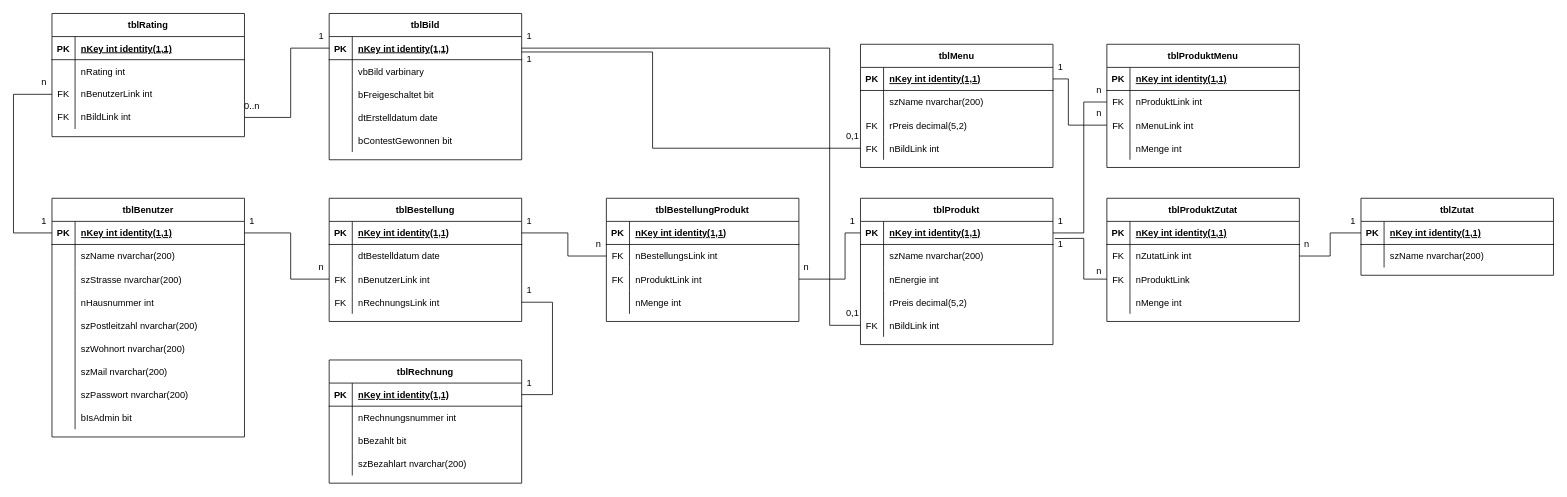
Earlier version of the draw.io diagram Docs/Zeichnungen/Logisches Modell.drawio (JonathanYildiz/CommitAndForget). Source tidied: cells renumbered, new cells numbered last; positions are measured from the earlier drawing's top-left corner, leaving out a move shared by most shapes. Both pictures are drawn from the tidied source at 77%, with x=0, y=0 at pixel (13, 13).
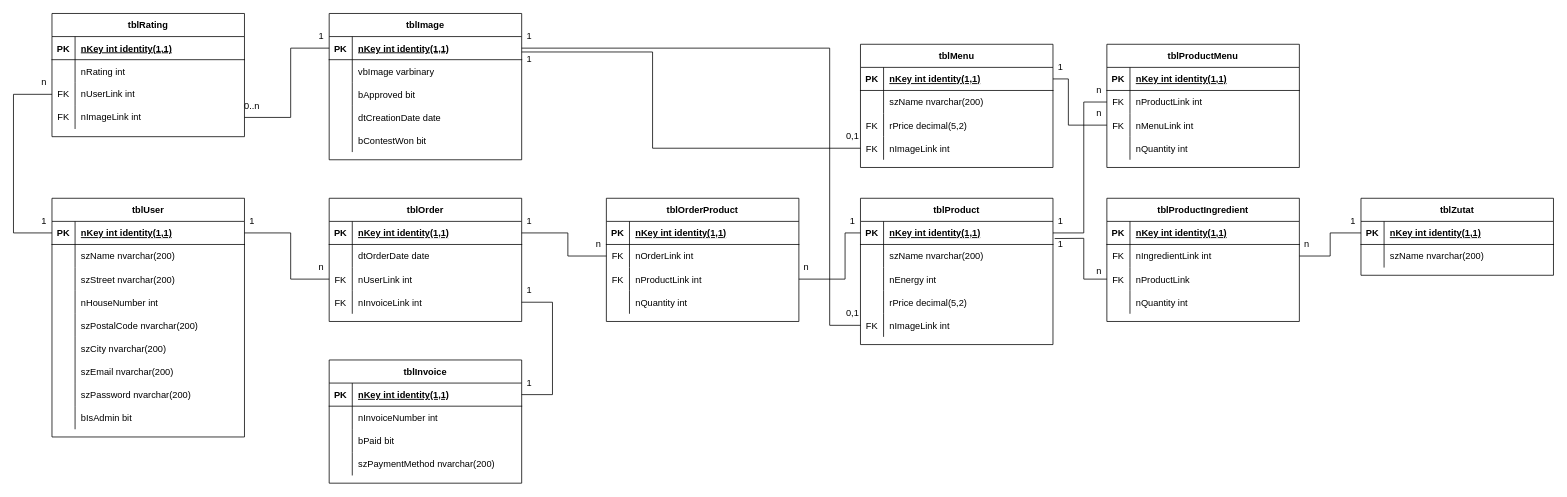
After the change.

Commit message (it also covers changes not shown here):
Spaltennamen im logischen Modell auf Englisch übersetzt

Unchanged cells that the change refers to:
```xml
<mxCell id="9" style="shape=partialRectangle;fillColor=none;top=0;left=0;right=0;bottom=0;" parent="2" vertex="1">
<mxCell id="12" style="shape=tableRow;horizontal=0;startSize=0;swimlaneHead=0;swimlaneBody=0;fillColor=none;top=0;left=0;right=0;bottom=0;" parent="2" vertex="1">
<mxCell id="15" style="shape=tableRow;horizontal=0;startSize=0;swimlaneHead=0;swimlaneBody=0;fillColor=none;top=0;left=0;right=0;bottom=0;" parent="2" vertex="1">
<mxCell id="18" style="shape=tableRow;horizontal=0;startSize=0;swimlaneHead=0;swimlaneBody=0;fillColor=none;top=0;left=0;right=0;bottom=0;" parent="2" vertex="1">
<mxCell id="21" style="shape=tableRow;horizontal=0;startSize=0;swimlaneHead=0;swimlaneBody=0;fillColor=none;top=0;left=0;right=0;bottom=0;" parent="2" vertex="1">
<mxCell id="24" style="shape=tableRow;horizontal=0;startSize=0;swimlaneHead=0;swimlaneBody=0;fillColor=none;top=0;left=0;right=0;bottom=0;" parent="2" vertex="1">
<mxCell id="34" style="shape=partialRectangle;fillColor=none;top=0;left=0;right=0;bottom=0;" parent="30" vertex="1">
<mxCell id="37" style="shape=partialRectangle;fillColor=none;top=0;left=0;right=0;bottom=0;" parent="30" vertex="1">
<mxCell id="40" style="shape=tableRow;horizontal=0;startSize=0;swimlaneHead=0;swimlaneBody=0;fillColor=none;top=0;left=0;right=0;bottom=0;" parent="30" vertex="1">
<mxCell id="43" style="shape=tableRow;horizontal=0;startSize=0;swimlaneHead=0;swimlaneBody=0;fillColor=none;top=0;left=0;right=0;bottom=0;" parent="30" vertex="1">
<mxCell id="53" style="shape=tableRow;horizontal=0;startSize=0;swimlaneHead=0;swimlaneBody=0;fillColor=none;points=[[0,0.5],[1,0.5]];portConstraint=eastwest;top=0;left=0;right=0;bottom=0;" parent="46" vertex="1">
<mxCell id="56" style="shape=tableRow;horizontal=0;startSize=0;swimlaneHead=0;swimlaneBody=0;fillColor=none;points=[[0,0.5],[1,0.5]];portConstraint=eastwest;top=0;left=0;right=0;bottom=0;" parent="46" vertex="1">
<mxCell id="69" style="shape=partialRectangle;fillColor=none;top=0;left=0;right=0;bottom=0;" parent="65" vertex="1">
<mxCell id="72" style="shape=partialRectangle;fillColor=none;points=[[0,0.5],[1,0.5]];portConstraint=eastwest;top=0;left=0;right=0;bottom=0;" parent="65" vertex="1">
<mxCell id="75" style="shape=tableRow;horizontal=0;startSize=0;swimlaneHead=0;swimlaneBody=0;fillColor=none;points=[[0,0.5],[1,0.5]];portConstraint=eastwest;top=0;left=0;right=0;bottom=0;" parent="65" vertex="1">
<mxCell id="85" style="shape=partialRectangle;fillColor=none;top=0;left=0;right=0;bottom=0;" parent="81" vertex="1">
<mxCell id="88" style="shape=partialRectangle;fillColor=none;top=0;left=0;right=0;bottom=0;" parent="81" vertex="1">
<mxCell id="91" style="shape=tableRow;horizontal=0;startSize=0;swimlaneHead=0;swimlaneBody=0;fillColor=none;top=0;left=0;right=0;bottom=0;" parent="81" vertex="1">
<mxCell id="101" style="shape=partialRectangle;fillColor=none;points=[[0,0.5],[1,0.5]];portConstraint=eastwest;top=0;left=0;right=0;bottom=0;" parent="97" vertex="1">
<mxCell id="104" style="shape=partialRectangle;fillColor=none;points=[[0,0.5],[1,0.5]];portConstraint=eastwest;top=0;left=0;right=0;bottom=0;" parent="97" vertex="1">
<mxCell id="107" style="shape=tableRow;horizontal=0;startSize=0;swimlaneHead=0;swimlaneBody=0;fillColor=none;top=0;left=0;right=0;bottom=0;" parent="97" vertex="1">
<mxCell id="120" style="shape=partialRectangle;fillColor=none;top=0;left=0;right=0;bottom=0;" parent="113" vertex="1">
<mxCell id="123" style="shape=tableRow;horizontal=0;startSize=0;swimlaneHead=0;swimlaneBody=0;fillColor=none;top=0;left=0;right=0;bottom=0;" parent="113" vertex="1">
<mxCell id="126" style="shape=tableRow;horizontal=0;startSize=0;swimlaneHead=0;swimlaneBody=0;fillColor=none;points=[[0,0.5],[1,0.5]];portConstraint=eastwest;top=0;left=0;right=0;bottom=0;" parent="113" vertex="1">
<mxCell id="139" style="shape=partialRectangle;fillColor=none;points=[[0,0.5],[1,0.5]];portConstraint=eastwest;top=0;left=0;right=0;bottom=0;" parent="135" vertex="1">
<mxCell id="145" style="shape=tableRow;horizontal=0;startSize=0;swimlaneHead=0;swimlaneBody=0;fillColor=none;top=0;left=0;right=0;bottom=0;" parent="135" vertex="1">
<mxCell id="158" style="shape=partialRectangle;fillColor=none;top=0;left=0;right=0;bottom=0;" parent="151" vertex="1">
<mxCell id="161" style="shape=tableRow;horizontal=0;startSize=0;swimlaneHead=0;swimlaneBody=0;fillColor=none;points=[[0,0.5],[1,0.5]];portConstraint=eastwest;top=0;left=0;right=0;bottom=0;" parent="151" vertex="1">
<mxCell id="174" style="shape=partialRectangle;fillColor=none;points=[[0,0.5],[1,0.5]];portConstraint=eastwest;top=0;left=0;right=0;bottom=0;" parent="170" vertex="1">
<mxCell id="177" style="shape=partialRectangle;fillColor=none;points=[[0,0.5],[1,0.5]];portConstraint=eastwest;top=0;left=0;right=0;bottom=0;" parent="170" vertex="1">
<mxCell id="180" style="shape=tableRow;horizontal=0;startSize=0;swimlaneHead=0;swimlaneBody=0;fillColor=none;top=0;left=0;right=0;bottom=0;" parent="170" vertex="1">
```

Change to the diagram source:
```diff
@@
-    <mxCell id="2" value="tblBenutzer" style="shape=table;startSize=30;childLayout=tableLayout;rowLines=0;fontStyle=1;align=center;" parent="1" vertex="1">
+    <mxCell id="2" value="tblUser" style="shape=table;startSize=30;childLayout=tableLayout;rowLines=0;fontStyle=1;align=center;" parent="1" vertex="1">
       <mxGeometry x="50" y="240" width="250" height="310" as="geometry" />
     </mxCell>
@@
-    <mxCell id="11" value="szStrasse nvarchar(200)" style="shape=partialRectangle;overflow=hidden;fillColor=none;top=0;left=0;bottom=0;right=0;align=left;spacingLeft=6;" parent="9" vertex="1">
+    <mxCell id="11" value="szStreet nvarchar(200)" style="shape=partialRectangle;overflow=hidden;fillColor=none;top=0;left=0;bottom=0;right=0;align=left;spacingLeft=6;" parent="9" vertex="1">
       <mxGeometry x="30" width="220" height="30" as="geometry" />
     </mxCell>
@@
-    <mxCell id="14" value="nHausnummer int" style="shape=partialRectangle;fillColor=none;top=0;left=0;bottom=0;right=0;align=left;spacingLeft=6;overflow=hidden;" parent="12" vertex="1">
+    <mxCell id="14" value="nHouseNumber int" style="shape=partialRectangle;fillColor=none;top=0;left=0;bottom=0;right=0;align=left;spacingLeft=6;overflow=hidden;" parent="12" vertex="1">
       <mxGeometry x="30" width="220" height="30" as="geometry" />
     </mxCell>
@@
-    <mxCell id="17" value="szPostleitzahl nvarchar(200)" style="shape=partialRectangle;fillColor=none;top=0;left=0;bottom=0;right=0;align=left;spacingLeft=6;overflow=hidden;" parent="15" vertex="1">
+    <mxCell id="17" value="szPostalCode nvarchar(200)" style="shape=partialRectangle;fillColor=none;top=0;left=0;bottom=0;right=0;align=left;spacingLeft=6;overflow=hidden;" parent="15" vertex="1">
       <mxGeometry x="30" width="220" height="30" as="geometry" />
     </mxCell>
@@
-    <mxCell id="20" value="szWohnort nvarchar(200)" style="shape=partialRectangle;fillColor=none;top=0;left=0;bottom=0;right=0;align=left;spacingLeft=6;overflow=hidden;" parent="18" vertex="1">
+    <mxCell id="20" value="szCity nvarchar(200)" style="shape=partialRectangle;fillColor=none;top=0;left=0;bottom=0;right=0;align=left;spacingLeft=6;overflow=hidden;" parent="18" vertex="1">
       <mxGeometry x="30" width="220" height="30" as="geometry" />
     </mxCell>
@@
-    <mxCell id="23" value="szMail nvarchar(200)" style="shape=partialRectangle;fillColor=none;top=0;left=0;bottom=0;right=0;align=left;spacingLeft=6;overflow=hidden;" parent="21" vertex="1">
+    <mxCell id="23" value="szEmail nvarchar(200)" style="shape=partialRectangle;fillColor=none;top=0;left=0;bottom=0;right=0;align=left;spacingLeft=6;overflow=hidden;" parent="21" vertex="1">
       <mxGeometry x="30" width="220" height="30" as="geometry" />
     </mxCell>
@@
-    <mxCell id="26" value="szPasswort nvarchar(200)" style="shape=partialRectangle;fillColor=none;top=0;left=0;bottom=0;right=0;align=left;spacingLeft=6;overflow=hidden;" parent="24" vertex="1">
+    <mxCell id="26" value="szPassword nvarchar(200)" style="shape=partialRectangle;fillColor=none;top=0;left=0;bottom=0;right=0;align=left;spacingLeft=6;overflow=hidden;" parent="24" vertex="1">
       <mxGeometry x="30" width="220" height="30" as="geometry" />
     </mxCell>
@@
-    <mxCell id="30" value="tblBild" style="shape=table;startSize=30;childLayout=tableLayout;rowLines=0;fontStyle=1;align=center;" parent="1" vertex="1">
+    <mxCell id="30" value="tblImage" style="shape=table;startSize=30;childLayout=tableLayout;rowLines=0;fontStyle=1;align=center;" parent="1" vertex="1">
       <mxGeometry x="410" width="250" height="190" as="geometry" />
     </mxCell>
@@
-    <mxCell id="36" value="vbBild varbinary" style="shape=partialRectangle;overflow=hidden;fillColor=none;top=0;left=0;bottom=0;right=0;align=left;spacingLeft=6;" parent="34" vertex="1">
+    <mxCell id="36" value="vbImage varbinary" style="shape=partialRectangle;overflow=hidden;fillColor=none;top=0;left=0;bottom=0;right=0;align=left;spacingLeft=6;" parent="34" vertex="1">
       <mxGeometry x="30" width="220" height="30" as="geometry" />
     </mxCell>
@@
-    <mxCell id="39" value="bFreigeschaltet bit" style="shape=partialRectangle;overflow=hidden;fillColor=none;top=0;left=0;bottom=0;right=0;align=left;spacingLeft=6;" parent="37" vertex="1">
+    <mxCell id="39" value="bApproved bit" style="shape=partialRectangle;overflow=hidden;fillColor=none;top=0;left=0;bottom=0;right=0;align=left;spacingLeft=6;" parent="37" vertex="1">
       <mxGeometry x="30" width="220" height="30" as="geometry" />
     </mxCell>
@@
-    <mxCell id="42" value="dtErstelldatum date" style="shape=partialRectangle;fillColor=none;top=0;left=0;bottom=0;right=0;align=left;spacingLeft=6;overflow=hidden;" parent="40" vertex="1">
+    <mxCell id="42" value="dtCreationDate date" style="shape=partialRectangle;fillColor=none;top=0;left=0;bottom=0;right=0;align=left;spacingLeft=6;overflow=hidden;" parent="40" vertex="1">
       <mxGeometry x="30" width="220" height="30" as="geometry" />
     </mxCell>
@@
-    <mxCell id="45" value="bContestGewonnen bit" style="shape=partialRectangle;fillColor=none;top=0;left=0;bottom=0;right=0;align=left;spacingLeft=6;overflow=hidden;" parent="43" vertex="1">
+    <mxCell id="45" value="bContestWon bit" style="shape=partialRectangle;fillColor=none;top=0;left=0;bottom=0;right=0;align=left;spacingLeft=6;overflow=hidden;" parent="43" vertex="1">
       <mxGeometry x="30" width="220" height="30" as="geometry" />
     </mxCell>
@@
-    <mxCell id="55" value="nBenutzerLink int" style="shape=partialRectangle;fillColor=none;top=0;left=0;bottom=0;right=0;align=left;spacingLeft=6;fontStyle=0;overflow=hidden;whiteSpace=wrap;html=1;" parent="53" vertex="1">
+    <mxCell id="55" value="nUser&lt;span style=&quot;background-color: transparent; color: light-dark(rgb(0, 0, 0), rgb(255, 255, 255));&quot;&gt;Link int&lt;/span&gt;" style="shape=partialRectangle;fillColor=none;top=0;left=0;bottom=0;right=0;align=left;spacingLeft=6;fontStyle=0;overflow=hidden;whiteSpace=wrap;html=1;" parent="53" vertex="1">
       <mxGeometry x="30" width="220" height="30" as="geometry" />
     </mxCell>
@@
-    <mxCell id="58" value="nBildLink int" style="shape=partialRectangle;fillColor=none;top=0;left=0;bottom=0;right=0;align=left;spacingLeft=6;fontStyle=0;overflow=hidden;whiteSpace=wrap;html=1;" parent="56" vertex="1">
+    <mxCell id="58" value="nImageLink int" style="shape=partialRectangle;fillColor=none;top=0;left=0;bottom=0;right=0;align=left;spacingLeft=6;fontStyle=0;overflow=hidden;whiteSpace=wrap;html=1;" parent="56" vertex="1">
       <mxGeometry x="30" width="220" height="30" as="geometry" />
     </mxCell>
@@
-    <mxCell id="65" value="tblBestellung" style="shape=table;startSize=30;childLayout=tableLayout;rowLines=0;fontStyle=1;align=center;" parent="1" vertex="1">
+    <mxCell id="65" value="tblOrder" style="shape=table;startSize=30;childLayout=tableLayout;rowLines=0;fontStyle=1;align=center;" parent="1" vertex="1">
       <mxGeometry x="410" y="240" width="250" height="160" as="geometry" />
     </mxCell>
@@
-    <mxCell id="71" value="dtBestelldatum date" style="shape=partialRectangle;overflow=hidden;fillColor=none;top=0;left=0;bottom=0;right=0;align=left;spacingLeft=6;" parent="69" vertex="1">
+    <mxCell id="71" value="dtOrderDate date" style="shape=partialRectangle;overflow=hidden;fillColor=none;top=0;left=0;bottom=0;right=0;align=left;spacingLeft=6;" parent="69" vertex="1">
       <mxGeometry x="30" width="220" height="30" as="geometry" />
     </mxCell>
@@
-    <mxCell id="74" value="nBenutzerLink int" style="shape=partialRectangle;overflow=hidden;fillColor=none;top=0;left=0;bottom=0;right=0;align=left;spacingLeft=6;" parent="72" vertex="1">
+    <mxCell id="74" value="nUserLink int" style="shape=partialRectangle;overflow=hidden;fillColor=none;top=0;left=0;bottom=0;right=0;align=left;spacingLeft=6;" parent="72" vertex="1">
       <mxGeometry x="30" width="220" height="30" as="geometry" />
     </mxCell>
@@
-    <mxCell id="77" value="nRechnungsLink int" style="shape=partialRectangle;fillColor=none;top=0;left=0;bottom=0;right=0;align=left;spacingLeft=6;overflow=hidden;" parent="75" vertex="1">
+    <mxCell id="77" value="nInvoiceLink int" style="shape=partialRectangle;fillColor=none;top=0;left=0;bottom=0;right=0;align=left;spacingLeft=6;overflow=hidden;" parent="75" vertex="1">
       <mxGeometry x="30" width="220" height="30" as="geometry" />
     </mxCell>
@@
-    <mxCell id="81" value="tblRechnung" style="shape=table;startSize=30;childLayout=tableLayout;rowLines=0;fontStyle=1;align=center;" parent="1" vertex="1">
+    <mxCell id="81" value="tblInvoice" style="shape=table;startSize=30;childLayout=tableLayout;rowLines=0;fontStyle=1;align=center;" parent="1" vertex="1">
       <mxGeometry x="410" y="450" width="250" height="160" as="geometry" />
     </mxCell>
@@
-    <mxCell id="87" value="nRechnungsnummer int" style="shape=partialRectangle;overflow=hidden;fillColor=none;top=0;left=0;bottom=0;right=0;align=left;spacingLeft=6;" parent="85" vertex="1">
+    <mxCell id="87" value="nInvoiceNumber int" style="shape=partialRectangle;overflow=hidden;fillColor=none;top=0;left=0;bottom=0;right=0;align=left;spacingLeft=6;" parent="85" vertex="1">
       <mxGeometry x="30" width="220" height="30" as="geometry" />
     </mxCell>
@@
-    <mxCell id="90" value="bBezahlt bit" style="shape=partialRectangle;overflow=hidden;fillColor=none;top=0;left=0;bottom=0;right=0;align=left;spacingLeft=6;" parent="88" vertex="1">
+    <mxCell id="90" value="bPaid bit" style="shape=partialRectangle;overflow=hidden;fillColor=none;top=0;left=0;bottom=0;right=0;align=left;spacingLeft=6;" parent="88" vertex="1">
       <mxGeometry x="30" width="220" height="30" as="geometry" />
     </mxCell>
@@
-    <mxCell id="93" value="szBezahlart nvarchar(200)" style="shape=partialRectangle;fillColor=none;top=0;left=0;bottom=0;right=0;align=left;spacingLeft=6;overflow=hidden;" parent="91" vertex="1">
+    <mxCell id="93" value="szPaymentMethod nvarchar(200)" style="shape=partialRectangle;fillColor=none;top=0;left=0;bottom=0;right=0;align=left;spacingLeft=6;overflow=hidden;" parent="91" vertex="1">
       <mxGeometry x="30" width="220" height="30" as="geometry" />
     </mxCell>
@@
-    <mxCell id="97" value="tblBestellungProdukt" style="shape=table;startSize=30;childLayout=tableLayout;rowLines=0;fontStyle=1;align=center;" parent="1" vertex="1">
+    <mxCell id="97" value="tblOrderProduct" style="shape=table;startSize=30;childLayout=tableLayout;rowLines=0;fontStyle=1;align=center;" parent="1" vertex="1">
       <mxGeometry x="770" y="240" width="250" height="160" as="geometry" />
     </mxCell>
@@
-    <mxCell id="103" value="nBestellungsLink int" style="shape=partialRectangle;overflow=hidden;fillColor=none;top=0;left=0;bottom=0;right=0;align=left;spacingLeft=6;" parent="101" vertex="1">
+    <mxCell id="103" value="nOrderLink int" style="shape=partialRectangle;overflow=hidden;fillColor=none;top=0;left=0;bottom=0;right=0;align=left;spacingLeft=6;" parent="101" vertex="1">
       <mxGeometry x="30" width="220" height="30" as="geometry" />
     </mxCell>
@@
-    <mxCell id="106" value="nProduktLink int" style="shape=partialRectangle;overflow=hidden;fillColor=none;top=0;left=0;bottom=0;right=0;align=left;spacingLeft=6;" parent="104" vertex="1">
+    <mxCell id="106" value="nProductLink int" style="shape=partialRectangle;overflow=hidden;fillColor=none;top=0;left=0;bottom=0;right=0;align=left;spacingLeft=6;" parent="104" vertex="1">
       <mxGeometry x="30" width="220" height="30" as="geometry" />
     </mxCell>
@@
-    <mxCell id="109" value="nMenge int" style="shape=partialRectangle;fillColor=none;top=0;left=0;bottom=0;right=0;align=left;spacingLeft=6;overflow=hidden;" parent="107" vertex="1">
+    <mxCell id="109" value="nQuantity int" style="shape=partialRectangle;fillColor=none;top=0;left=0;bottom=0;right=0;align=left;spacingLeft=6;overflow=hidden;" parent="107" vertex="1">
       <mxGeometry x="30" width="220" height="30" as="geometry" />
     </mxCell>
@@
-    <mxCell id="113" value="tblProdukt" style="shape=table;startSize=30;childLayout=tableLayout;rowLines=0;fontStyle=1;align=center;" parent="1" vertex="1">
+    <mxCell id="113" value="tblProduct" style="shape=table;startSize=30;childLayout=tableLayout;rowLines=0;fontStyle=1;align=center;" parent="1" vertex="1">
       <mxGeometry x="1100" y="240" width="250" height="190" as="geometry" />
     </mxCell>
@@
-    <mxCell id="122" value="nEnergie int" style="shape=partialRectangle;overflow=hidden;fillColor=none;top=0;left=0;bottom=0;right=0;align=left;spacingLeft=6;" parent="120" vertex="1">
+    <mxCell id="122" value="nEnergy int" style="shape=partialRectangle;overflow=hidden;fillColor=none;top=0;left=0;bottom=0;right=0;align=left;spacingLeft=6;" parent="120" vertex="1">
       <mxGeometry x="30" width="220" height="30" as="geometry" />
     </mxCell>
@@
-    <mxCell id="125" value="rPreis decimal(5,2)" style="shape=partialRectangle;fillColor=none;top=0;left=0;bottom=0;right=0;align=left;spacingLeft=6;overflow=hidden;" parent="123" vertex="1">
+    <mxCell id="125" value="rPrice decimal(5,2)" style="shape=partialRectangle;fillColor=none;top=0;left=0;bottom=0;right=0;align=left;spacingLeft=6;overflow=hidden;" parent="123" vertex="1">
       <mxGeometry x="30" width="220" height="30" as="geometry" />
     </mxCell>
@@
-    <mxCell id="128" value="nBildLink int" style="shape=partialRectangle;fillColor=none;top=0;left=0;bottom=0;right=0;align=left;spacingLeft=6;overflow=hidden;" parent="126" vertex="1">
+    <mxCell id="128" value="nImageLink int" style="shape=partialRectangle;fillColor=none;top=0;left=0;bottom=0;right=0;align=left;spacingLeft=6;overflow=hidden;" parent="126" vertex="1">
       <mxGeometry x="30" width="220" height="30" as="geometry" />
     </mxCell>
@@
-    <mxCell id="135" value="tblProduktMenu" style="shape=table;startSize=30;childLayout=tableLayout;rowLines=0;fontStyle=1;align=center;" parent="1" vertex="1">
+    <mxCell id="135" value="tblProductMenu" style="shape=table;startSize=30;childLayout=tableLayout;rowLines=0;fontStyle=1;align=center;" parent="1" vertex="1">
       <mxGeometry x="1420" y="40" width="250" height="160" as="geometry" />
     </mxCell>
@@
-    <mxCell id="141" value="nProduktLink int" style="shape=partialRectangle;overflow=hidden;fillColor=none;top=0;left=0;bottom=0;right=0;align=left;spacingLeft=6;" parent="139" vertex="1">
+    <mxCell id="141" value="nProductLink int" style="shape=partialRectangle;overflow=hidden;fillColor=none;top=0;left=0;bottom=0;right=0;align=left;spacingLeft=6;" parent="139" vertex="1">
       <mxGeometry x="30" width="220" height="30" as="geometry" />
     </mxCell>
@@
-    <mxCell id="147" value="nMenge int" style="shape=partialRectangle;fillColor=none;top=0;left=0;bottom=0;right=0;align=left;spacingLeft=6;overflow=hidden;" parent="145" vertex="1">
+    <mxCell id="147" value="nQuantity int" style="shape=partialRectangle;fillColor=none;top=0;left=0;bottom=0;right=0;align=left;spacingLeft=6;overflow=hidden;" parent="145" vertex="1">
       <mxGeometry x="30" width="220" height="30" as="geometry" />
     </mxCell>
@@
-    <mxCell id="160" value="rPreis decimal(5,2)" style="shape=partialRectangle;overflow=hidden;fillColor=none;top=0;left=0;bottom=0;right=0;align=left;spacingLeft=6;" parent="158" vertex="1">
+    <mxCell id="160" value="rPrice decimal(5,2)" style="shape=partialRectangle;overflow=hidden;fillColor=none;top=0;left=0;bottom=0;right=0;align=left;spacingLeft=6;" parent="158" vertex="1">
       <mxGeometry x="30" width="220" height="30" as="geometry" />
     </mxCell>
@@
-    <mxCell id="163" value="nBildLink int" style="shape=partialRectangle;fillColor=none;top=0;left=0;bottom=0;right=0;align=left;spacingLeft=6;overflow=hidden;" parent="161" vertex="1">
+    <mxCell id="163" value="nImageLink int" style="shape=partialRectangle;fillColor=none;top=0;left=0;bottom=0;right=0;align=left;spacingLeft=6;overflow=hidden;" parent="161" vertex="1">
       <mxGeometry x="30" width="220" height="30" as="geometry" />
     </mxCell>
@@
-    <mxCell id="170" value="tblProduktZutat" style="shape=table;startSize=30;childLayout=tableLayout;rowLines=0;fontStyle=1;align=center;" parent="1" vertex="1">
+    <mxCell id="170" value="tblProductIngredient" style="shape=table;startSize=30;childLayout=tableLayout;rowLines=0;fontStyle=1;align=center;" parent="1" vertex="1">
       <mxGeometry x="1420" y="240" width="250" height="160" as="geometry" />
     </mxCell>
@@
-    <mxCell id="176" value="nZutatLink int" style="shape=partialRectangle;overflow=hidden;fillColor=none;top=0;left=0;bottom=0;right=0;align=left;spacingLeft=6;" parent="174" vertex="1">
+    <mxCell id="176" value="nIngredientLink int" style="shape=partialRectangle;overflow=hidden;fillColor=none;top=0;left=0;bottom=0;right=0;align=left;spacingLeft=6;" parent="174" vertex="1">
       <mxGeometry x="30" width="220" height="30" as="geometry" />
     </mxCell>
@@
-    <mxCell id="179" value="nProduktLink" style="shape=partialRectangle;overflow=hidden;fillColor=none;top=0;left=0;bottom=0;right=0;align=left;spacingLeft=6;" parent="177" vertex="1">
+    <mxCell id="179" value="nProductLink" style="shape=partialRectangle;overflow=hidden;fillColor=none;top=0;left=0;bottom=0;right=0;align=left;spacingLeft=6;" parent="177" vertex="1">
       <mxGeometry x="30" width="220" height="30" as="geometry" />
     </mxCell>
@@
-    <mxCell id="182" value="nMenge int" style="shape=partialRectangle;fillColor=none;top=0;left=0;bottom=0;right=0;align=left;spacingLeft=6;overflow=hidden;" parent="180" vertex="1">
+    <mxCell id="182" value="nQuantity int" style="shape=partialRectangle;fillColor=none;top=0;left=0;bottom=0;right=0;align=left;spacingLeft=6;overflow=hidden;" parent="180" vertex="1">
       <mxGeometry x="30" width="220" height="30" as="geometry" />
     </mxCell>
```
